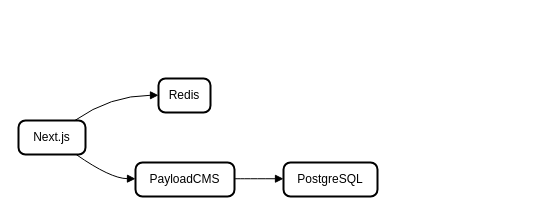
The draw.io diagram Untitled Diagram.drawio in kuzkov/BACKUP, before the edit. Source tidied: cells renumbered, new cells numbered last; positions are measured from the earlier drawing's top-left corner, leaving out a move shared by most shapes. Both pictures are drawn from the tidied source at 100%, with x=0, y=0 at pixel (18, 78).
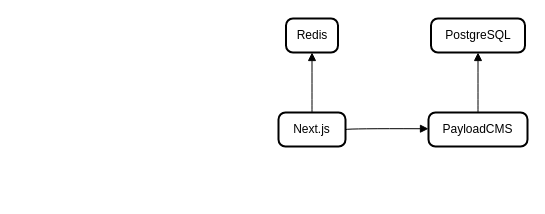
Above is the later version.

Change to the diagram source:
```diff
@@
 <mxGraphModel>
   <root>
     <mxCell id="0" />
     <mxCell id="1" parent="0" />
     <mxCell id="2" value="Next.js" style="rounded=1;absoluteArcSize=1;arcSize=14;whiteSpace=wrap;strokeWidth=2;" parent="1" vertex="1">
-      <mxGeometry y="42" width="67" height="34" as="geometry" />
+      <mxGeometry x="260" y="34" width="67" height="34" as="geometry" />
     </mxCell>
     <mxCell id="3" value="Redis" style="rounded=1;absoluteArcSize=1;arcSize=14;whiteSpace=wrap;strokeWidth=2;" parent="1" vertex="1">
-      <mxGeometry x="140" width="52" height="34" as="geometry" />
+      <mxGeometry x="267.5" y="-60" width="52" height="34" as="geometry" />
     </mxCell>
     <mxCell id="4" value="PayloadCMS" style="rounded=1;absoluteArcSize=1;arcSize=14;whiteSpace=wrap;strokeWidth=2;" parent="1" vertex="1">
-      <mxGeometry x="117" y="84" width="99" height="34" as="geometry" />
+      <mxGeometry x="410" y="34" width="99" height="34" as="geometry" />
     </mxCell>
     <mxCell id="5" value="PostgreSQL" style="rounded=1;absoluteArcSize=1;arcSize=14;whiteSpace=wrap;strokeWidth=2;" parent="1" vertex="1">
-      <mxGeometry x="265" y="84" width="94" height="34" as="geometry" />
+      <mxGeometry x="412.5" y="-60" width="94" height="34" as="geometry" />
     </mxCell>
-    <mxCell id="6" style="curved=1;startArrow=none;endArrow=block;exitX=0.8452344378407364;exitY=-0.007352941176470588;entryX=-0.005784254807692308;entryY=0.49264705882352944;" parent="1" edge="1" source="2" target="3">
-      <mxGeometry relative="1" as="geometry">
-        <Array as="points">
-          <mxPoint x="92" y="17" />
-        </Array>
-      </mxGeometry>
+    <mxCell id="6" style="curved=1;startArrow=none;endArrow=block;exitX=0.5;exitY=0;entryX=0.5;entryY=1;entryDx=0;entryDy=0;exitDx=0;exitDy=0;" parent="1" edge="1" source="2" target="3">
+      <mxGeometry relative="1" as="geometry" />
     </mxCell>
-    <mxCell id="7" style="curved=1;startArrow=none;endArrow=block;exitX=0.8452344378407364;exitY=0.9779411764705882;entryX=-0.004892676767676768;entryY=0.47794117647058826;" parent="1" edge="1" source="2" target="4">
+    <mxCell id="7" style="curved=1;startArrow=none;endArrow=block;exitX=1;exitY=0.5;entryX=-0.004892676767676768;entryY=0.47794117647058826;exitDx=0;exitDy=0;" parent="1" edge="1" source="2" target="4">
       <mxGeometry relative="1" as="geometry">
         <Array as="points">
-          <mxPoint x="92" y="100" />
+          <mxPoint x="332" y="50" />
         </Array>
       </mxGeometry>
     </mxCell>
-    <mxCell id="8" style="curved=1;startArrow=none;endArrow=block;exitX=0.9921875;exitY=0.47794117647058826;entryX=0.0024102393617021277;entryY=0.47794117647058826;" parent="1" edge="1" source="4" target="5">
+    <mxCell id="8" style="curved=1;startArrow=none;endArrow=block;exitX=0.5;exitY=0;entryX=0.5;entryY=1;exitDx=0;exitDy=0;entryDx=0;entryDy=0;" parent="1" edge="1" source="4" target="5">
       <mxGeometry relative="1" as="geometry" />
     </mxCell>
   </root>
 </mxGraphModel>
```
